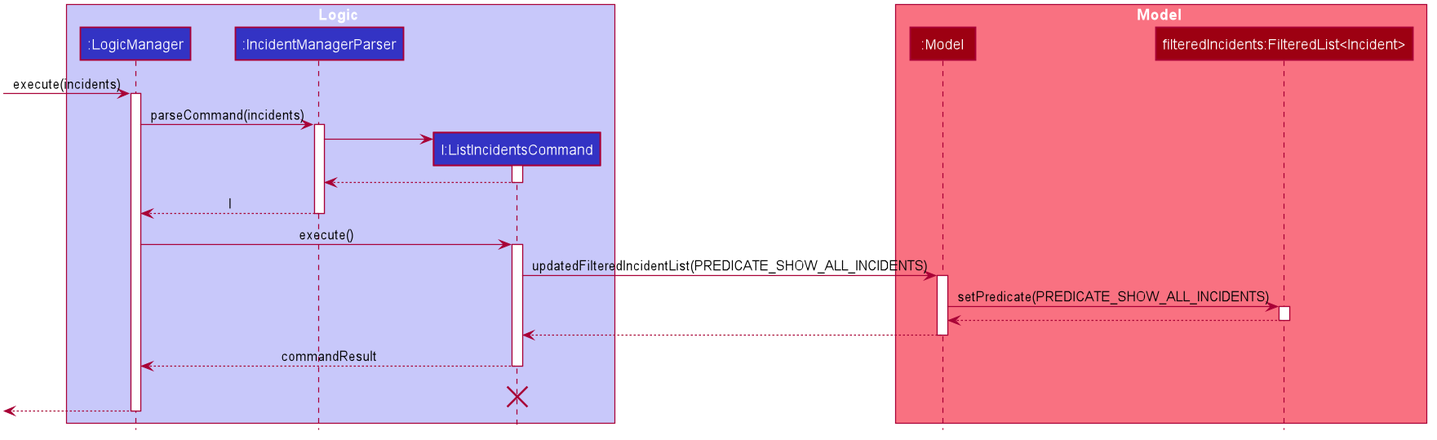
Above: docs/images/ListIncidentsSequenceDiagram.png in nus-cs2103-AY1920S1/addressbook-level3 (PlantUML), before the change.
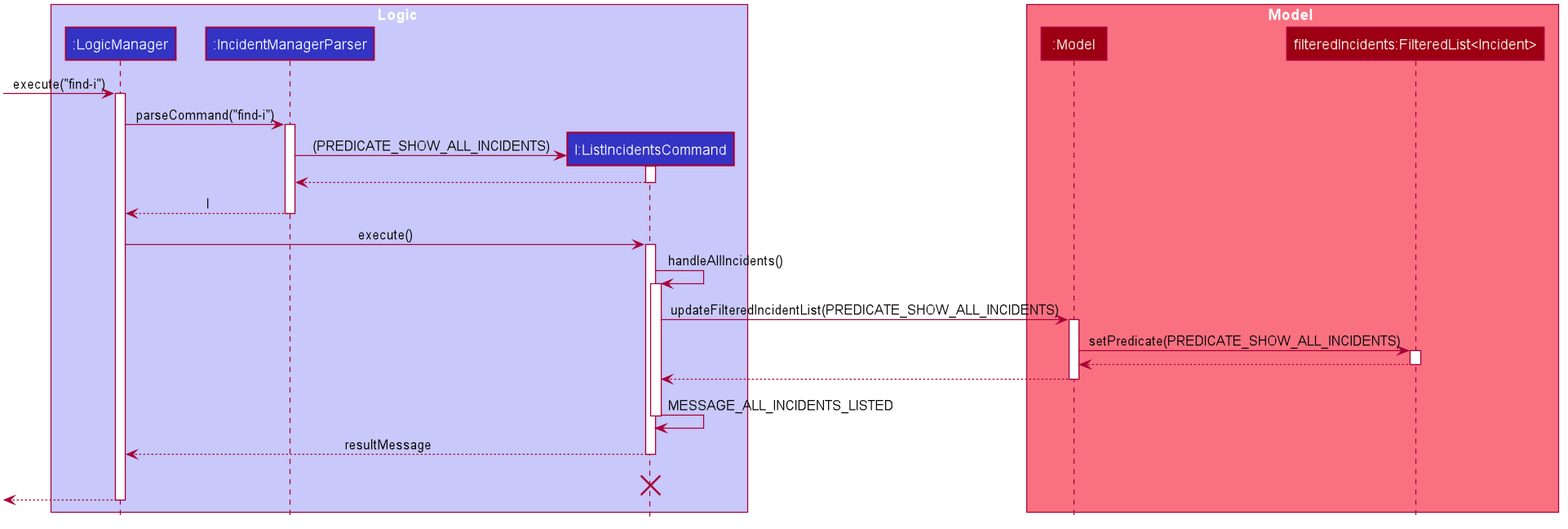
After the commit.

Commit message:
Change DG List Incidents Sequence Diagram

What changed in the source:
```diff
@@ -58,14 +58,14 @@
 participant ":Model" as Model #9D0012
 participant "filteredIncidents:FilteredList<Incident>" as FilteredList #9D0012
 end box
-[-> LogicManager : execute(incidents)
+[-> LogicManager : execute("find-i")
 activate LogicManager
 
-LogicManager -> IncidentManagerParser : parseCommand(incidents)
+LogicManager -> IncidentManagerParser : parseCommand("find-i")
 activate IncidentManagerParser
 
 create ListIncidentsCommand
-IncidentManagerParser -> ListIncidentsCommand
+IncidentManagerParser -> ListIncidentsCommand : (PREDICATE_SHOW_ALL_INCIDENTS)
 activate ListIncidentsCommand
 
 ListIncidentsCommand --> IncidentManagerParser
@@ -77,7 +77,10 @@
 LogicManager -> ListIncidentsCommand : execute()
 activate ListIncidentsCommand
 
-ListIncidentsCommand -> Model : updatedFilteredIncidentList(PREDICATE_SHOW_ALL_INCIDENTS)
+ListIncidentsCommand -> ListIncidentsCommand : handleAllIncidents()
+activate ListIncidentsCommand
+
+ListIncidentsCommand -> Model : updateFilteredIncidentList(PREDICATE_SHOW_ALL_INCIDENTS)
 activate Model
 
 Model -> FilteredList : setPredicate(PREDICATE_SHOW_ALL_INCIDENTS)
@@ -88,9 +91,12 @@
 Model --> ListIncidentsCommand
 deactivate Model
 
-ListIncidentsCommand --> LogicManager : commandResult
+ListIncidentsCommand -> ListIncidentsCommand : MESSAGE_ALL_INCIDENTS_LISTED
 deactivate ListIncidentsCommand
-ListIncidentsCommand -[hidden]-> LogicManager : commandResult
+
+ListIncidentsCommand --> LogicManager : resultMessage
+deactivate ListIncidentsCommand
+ListIncidentsCommand -[hidden]-> LogicManager : resultMessage
 destroy ListIncidentsCommand
 
 [<--LogicManager
```
